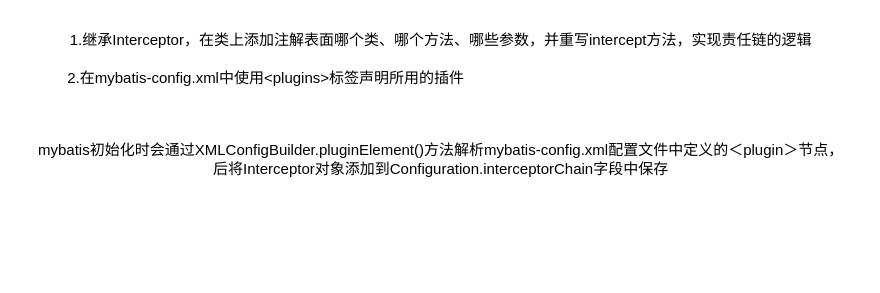
springleafna/DrawIo keeps this draw.io diagram as page "第 2 页" (2 of 2) of 手写Mybatis/SqlSession流程.drawio. Above is the earlier version. Source tidied: cells renumbered, new cells numbered last; positions are measured from the earlier drawing's top-left corner, leaving out a move shared by most shapes. Both pictures are drawn from the tidied source at 125%, with x=0, y=0 at pixel (21, 21).
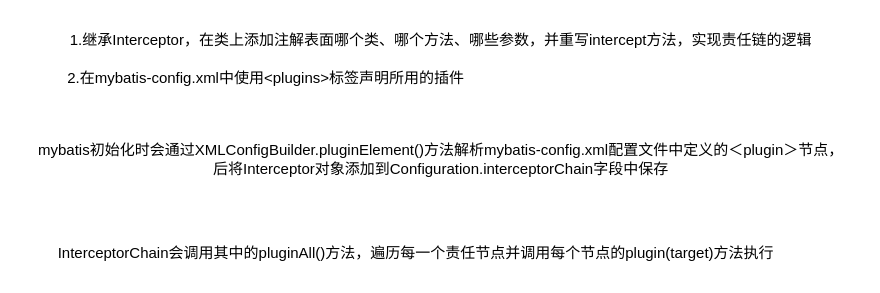
Above is the later version.

Commit message:
插件责任链流程

The edit, as a diff of the source:
```diff
@@
 <mxGraphModel>
   <root>
     <mxCell id="0" />
     <mxCell id="1" parent="0" />
     <mxCell id="2" value="1.继承Interceptor，在类上添加注解表面哪个类、哪个方法、哪些参数，并重写intercept方法，实现责任链的逻辑" style="text;html=1;align=center;verticalAlign=middle;strokeColor=none;fillColor=none;" parent="1" vertex="1">
       <mxGeometry x="25" width="620" height="30" as="geometry" />
     </mxCell>
     <mxCell id="3" value="2.在mybatis-config.xml中使用&amp;lt;plugins&amp;gt;标签声明所用的插件" style="text;html=1;align=center;verticalAlign=middle;strokeColor=none;fillColor=none;" parent="1" vertex="1">
       <mxGeometry x="25" y="30" width="340" height="30" as="geometry" />
     </mxCell>
     <mxCell id="4" value="mybatis初始化时会通过XMLConfigBuilder.pluginElement()方法解析mybatis-config.xml配置文件中定义的＜plugin＞节点，&lt;div&gt;后将Interceptor对象添加到Configuration.interceptorChain字段中保存&lt;/div&gt;" style="text;html=1;align=center;verticalAlign=middle;strokeColor=none;fillColor=none;" parent="1" vertex="1">
       <mxGeometry y="90" width="670" height="40" as="geometry" />
     </mxCell>
+    <mxCell id="5" value="InterceptorChain会调用其中的pluginAll()方法，遍历每一个责任节点并调用每个节点的plugin(target)方法执行" style="text;html=1;align=center;verticalAlign=middle;strokeColor=none;fillColor=none;" parent="1" vertex="1">
+      <mxGeometry x="15" y="170" width="600" height="30" as="geometry" />
+    </mxCell>
   </root>
 </mxGraphModel>
```
